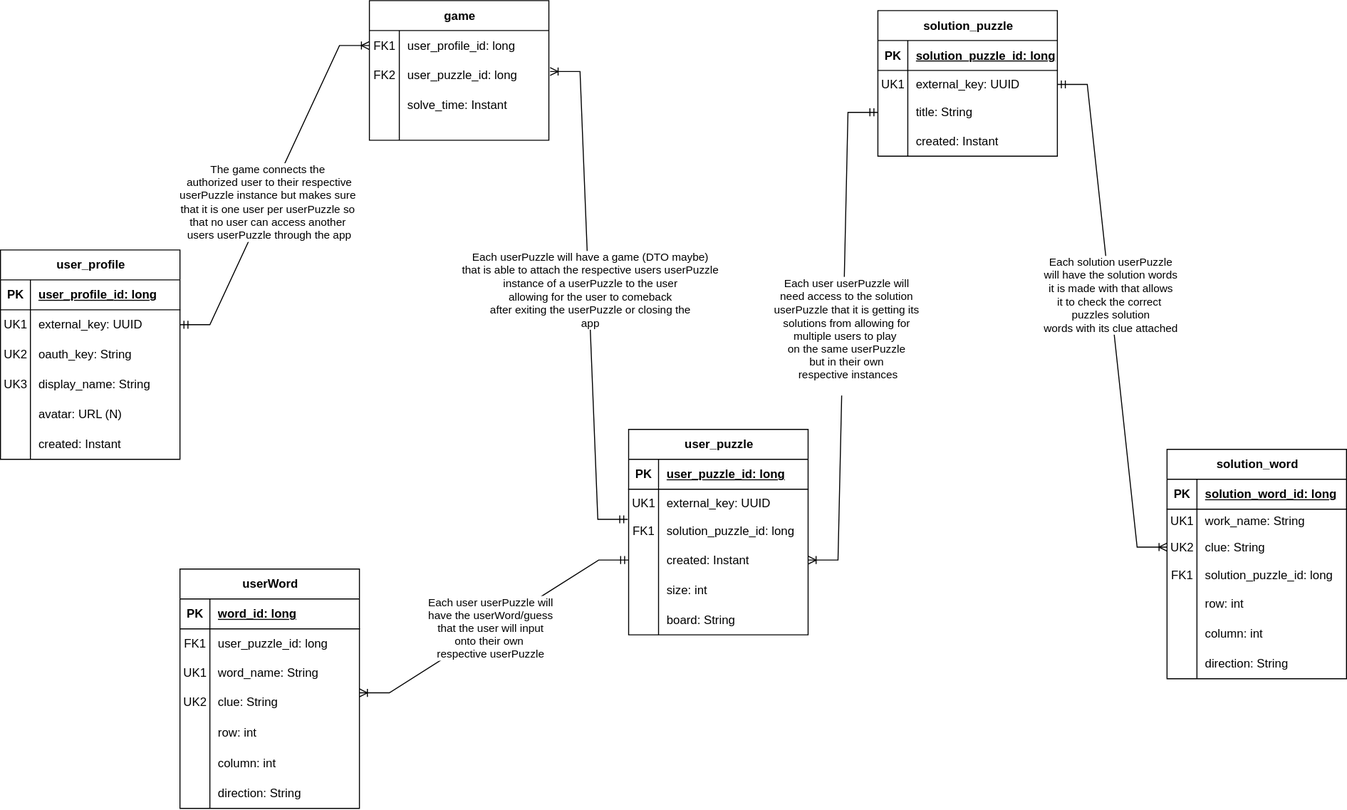
Above: docs/img/CrossFyre-ERD.drawio.svg in ddc-java-21/crossfyre (draw.io), before the change. Source tidied: cells renumbered, new cells last; positions are measured from the earlier drawing's top-left corner, leaving out a move shared by most shapes.
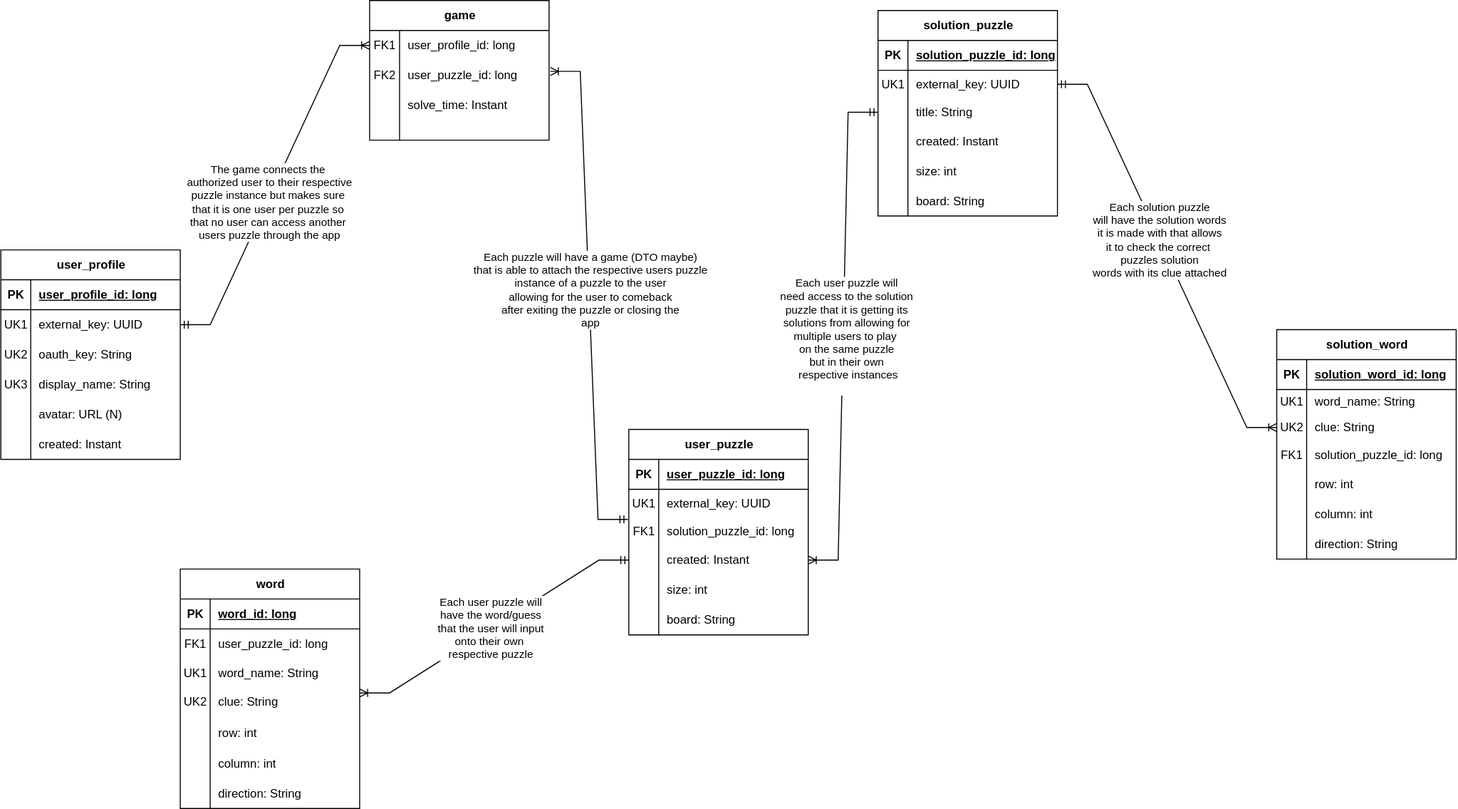
Above is the later version.

Commit message:
Updated CrossFyre ERD svg and pdf images and redeclared links

Diff of the diagram source:
```diff
@@ -155,7 +155,7 @@
     <mxCell id="52" style="shape=partialRectangle;fillColor=none;top=0;left=0;bottom=0;right=0;align=left;spacingLeft=6;overflow=hidden;whiteSpace=wrap;html=1;" parent="50" vertex="1">
       <mxGeometry x="30" width="150" height="20" as="geometry" />
     </mxCell>
-    <mxCell id="53" value="userWord" style="shape=table;startSize=30;rowLines=0;fontStyle=1;align=center;html=1;" parent="1" vertex="1">
+    <mxCell id="53" value="word" style="shape=table;startSize=30;rowLines=0;fontStyle=1;align=center;html=1;" parent="1" vertex="1">
       <mxGeometry x="180" y="570" width="180" height="240" as="geometry" />
     </mxCell>
     <mxCell id="54" style="shape=tableRow;horizontal=0;startSize=0;swimlaneHead=0;swimlaneBody=0;fillColor=none;top=0;left=0;right=0;bottom=1;" parent="53" vertex="1">
@@ -224,23 +224,23 @@
     <mxCell id="75" style="edgeStyle=entityRelationEdgeStyle;fontSize=12;html=1;endArrow=ERoneToMany;startArrow=ERmandOne;rounded=0;exitX=-0.005;exitY=0.078;exitDx=0;exitDy=0;exitPerimeter=0;entryX=1.007;entryY=0.369;entryDx=0;entryDy=0;entryPerimeter=0;" parent="1" edge="1" source="28" target="44">
       <mxGeometry relative="1" as="geometry" />
     </mxCell>
-    <mxCell id="76" value="Each userPuzzle will have a game (DTO maybe)&lt;br&gt;that is able to attach the respective users userPuzzle&lt;br&gt;&amp;nbsp;instance of a userPuzzle to the user&amp;nbsp;&lt;br&gt;allowing for the user to comeback&lt;br&gt;after exiting the userPuzzle or closing the&lt;br&gt;app" style="edgeLabel;html=1;align=center;verticalAlign=middle;" parent="75" vertex="1">
+    <mxCell id="76" value="Each puzzle will have a game (DTO maybe)&lt;br&gt;that is able to attach the respective users puzzle&lt;br&gt;&amp;nbsp;instance of a puzzle to the user&amp;nbsp;&lt;br&gt;allowing for the user to comeback&lt;br&gt;after exiting the puzzle or closing the&lt;br&gt;app" style="edgeLabel;html=1;align=center;verticalAlign=middle;" parent="75" vertex="1">
       <mxGeometry x="0.03" relative="1" as="geometry" />
     </mxCell>
     <mxCell id="77" style="edgeStyle=entityRelationEdgeStyle;fontSize=12;html=1;endArrow=ERoneToMany;startArrow=ERmandOne;rounded=0;exitX=0;exitY=0.5;exitDx=0;exitDy=0;entryX=1;entryY=0.206;entryDx=0;entryDy=0;entryPerimeter=0;" parent="1" edge="1" source="31" target="63">
       <mxGeometry relative="1" as="geometry" />
     </mxCell>
-    <mxCell id="78" value="Each user userPuzzle will&lt;div&gt;have the userWord/guess&lt;/div&gt;&lt;div&gt;that the user will input&lt;/div&gt;&lt;div&gt;onto their own&amp;nbsp;&lt;/div&gt;&lt;div&gt;respective&amp;nbsp;&lt;span style=&quot;background-color: light-dark(#ffffff, var(--ge-dark-color, #121212)); color: light-dark(rgb(0, 0, 0), rgb(255, 255, 255));&quot;&gt;userPuzzle&lt;/span&gt;&lt;/div&gt;" style="edgeLabel;html=1;align=center;verticalAlign=middle;" parent="77" vertex="1">
+    <mxCell id="78" value="Each user puzzle will&lt;div&gt;have the word/guess&lt;/div&gt;&lt;div&gt;that the user will input&lt;/div&gt;&lt;div&gt;onto their own&amp;nbsp;&lt;/div&gt;&lt;div&gt;respective&amp;nbsp;&lt;span style=&quot;background-color: light-dark(#ffffff, var(--ge-dark-color, #121212)); color: light-dark(rgb(0, 0, 0), rgb(255, 255, 255));&quot;&gt;puzzle&lt;/span&gt;&lt;/div&gt;" style="edgeLabel;html=1;align=center;verticalAlign=middle;" parent="77" vertex="1">
       <mxGeometry x="0.03" y="-2" relative="1" as="geometry" />
     </mxCell>
     <mxCell id="79" style="edgeStyle=entityRelationEdgeStyle;fontSize=12;html=1;endArrow=ERoneToMany;startArrow=ERmandOne;rounded=0;exitX=1;exitY=0.5;exitDx=0;exitDy=0;entryX=0;entryY=0.5;entryDx=0;entryDy=0;" parent="1" edge="1" source="6" target="41">
       <mxGeometry relative="1" as="geometry" />
     </mxCell>
-    <mxCell id="80" value="The game connects the&amp;nbsp;&lt;br&gt;authorized user to their respective&lt;br&gt;userPuzzle instance but makes sure&amp;nbsp;&lt;div&gt;that it is one&amp;nbsp;user per userPuzzle so&amp;nbsp;&lt;/div&gt;&lt;div&gt;that no&amp;nbsp;user can access another&amp;nbsp;&lt;/div&gt;&lt;div&gt;users userPuzzle through the app&lt;/div&gt;" style="edgeLabel;html=1;align=center;verticalAlign=middle;" parent="79" vertex="1">
+    <mxCell id="80" value="The game connects the&amp;nbsp;&lt;br&gt;authorized user to their respective&lt;br&gt;puzzle instance but makes sure&amp;nbsp;&lt;div&gt;that it is one&amp;nbsp;user per puzzle so&amp;nbsp;&lt;/div&gt;&lt;div&gt;that no&amp;nbsp;user can access another&amp;nbsp;&lt;/div&gt;&lt;div&gt;users puzzle through the app&lt;/div&gt;" style="edgeLabel;html=1;align=center;verticalAlign=middle;" parent="79" vertex="1">
       <mxGeometry x="-0.1" y="-1" relative="1" as="geometry" />
     </mxCell>
     <mxCell id="81" value="solution_puzzle" style="shape=table;startSize=30;rowLines=0;fontStyle=1;align=center;html=1;" parent="1" vertex="1">
-      <mxGeometry x="880" y="10" width="180" height="146" as="geometry" />
+      <mxGeometry x="880" y="10" width="180" height="206" as="geometry" />
     </mxCell>
     <mxCell id="82" style="shape=tableRow;horizontal=0;startSize=0;swimlaneHead=0;swimlaneBody=0;fillColor=none;top=0;left=0;right=0;bottom=1;" parent="81" vertex="1">
       <mxGeometry y="30" width="180" height="30" as="geometry" />
@@ -278,14 +278,32 @@
     <mxCell id="93" value="created: Instant" style="shape=partialRectangle;fillColor=none;top=0;left=0;bottom=0;right=0;align=left;spacingLeft=6;overflow=hidden;whiteSpace=wrap;html=1;" parent="91" vertex="1">
       <mxGeometry x="30" width="150" height="30" as="geometry" />
     </mxCell>
+    <mxCell id="120" style="shape=tableRow;horizontal=0;startSize=0;swimlaneHead=0;swimlaneBody=0;fillColor=none;top=0;left=0;right=0;bottom=0;" parent="81" vertex="1">
+      <mxGeometry y="146" width="180" height="30" as="geometry" />
+    </mxCell>
+    <mxCell id="121" style="shape=partialRectangle;fillColor=none;top=0;left=0;bottom=0;right=0;overflow=hidden;whiteSpace=wrap;html=1;" parent="120" vertex="1">
+      <mxGeometry width="30" height="30" as="geometry" />
+    </mxCell>
+    <mxCell id="122" value="size: int" style="shape=partialRectangle;fillColor=none;top=0;left=0;bottom=0;right=0;align=left;spacingLeft=6;overflow=hidden;whiteSpace=wrap;html=1;" parent="120" vertex="1">
+      <mxGeometry x="30" width="150" height="30" as="geometry" />
+    </mxCell>
+    <mxCell id="123" style="shape=tableRow;horizontal=0;startSize=0;swimlaneHead=0;swimlaneBody=0;fillColor=none;top=0;left=0;right=0;bottom=0;" parent="81" vertex="1">
+      <mxGeometry y="176" width="180" height="30" as="geometry" />
+    </mxCell>
+    <mxCell id="124" style="shape=partialRectangle;fillColor=none;top=0;left=0;bottom=0;right=0;overflow=hidden;whiteSpace=wrap;html=1;" parent="123" vertex="1">
+      <mxGeometry width="30" height="30" as="geometry" />
+    </mxCell>
+    <mxCell id="125" value="board: String" style="shape=partialRectangle;fillColor=none;top=0;left=0;bottom=0;right=0;align=left;spacingLeft=6;overflow=hidden;whiteSpace=wrap;html=1;" parent="123" vertex="1">
+      <mxGeometry x="30" width="150" height="30" as="geometry" />
+    </mxCell>
     <mxCell id="94" style="edgeStyle=entityRelationEdgeStyle;fontSize=12;html=1;endArrow=ERoneToMany;startArrow=ERmandOne;rounded=0;exitX=0;exitY=0.5;exitDx=0;exitDy=0;entryX=1;entryY=0.5;entryDx=0;entryDy=0;" parent="1" edge="1" source="88" target="31">
       <mxGeometry relative="1" as="geometry" />
     </mxCell>
-    <mxCell id="95" value="Each user userPuzzle will&lt;br&gt;need access to the solution&lt;br&gt;userPuzzle that it is getting its&lt;br&gt;solutions from allowing for&lt;br&gt;multiple users to play&amp;nbsp;&lt;br&gt;on the same userPuzzle&lt;br&gt;but in their own&lt;div&gt;&amp;nbsp;respective instances&lt;br&gt;&lt;br&gt;&lt;/div&gt;" style="edgeLabel;html=1;align=center;verticalAlign=middle;" parent="94" vertex="1">
+    <mxCell id="95" value="Each user puzzle will&lt;br&gt;need access to the solution&lt;br&gt;puzzle that it is getting its&lt;br&gt;solutions from allowing for&lt;br&gt;multiple users to play&amp;nbsp;&lt;br&gt;on the same puzzle&lt;br&gt;but in their own&lt;div&gt;&amp;nbsp;respective instances&lt;br&gt;&lt;br&gt;&lt;/div&gt;" style="edgeLabel;html=1;align=center;verticalAlign=middle;" parent="94" vertex="1">
       <mxGeometry y="2" relative="1" as="geometry" />
     </mxCell>
     <mxCell id="96" value="solution_word" style="shape=table;startSize=30;rowLines=0;fontStyle=1;align=center;html=1;" parent="1" vertex="1">
-      <mxGeometry x="1170" y="450" width="180" height="230" as="geometry" />
+      <mxGeometry x="1280" y="330" width="180" height="230" as="geometry" />
     </mxCell>
     <mxCell id="97" style="shape=tableRow;horizontal=0;startSize=0;swimlaneHead=0;swimlaneBody=0;fillColor=none;top=0;left=0;right=0;bottom=1;" parent="96" vertex="1">
       <mxGeometry y="30" width="180" height="30" as="geometry" />
@@ -302,7 +320,7 @@
     <mxCell id="101" value="UK1" style="shape=partialRectangle;fillColor=none;top=0;left=0;bottom=0;right=0;overflow=hidden;whiteSpace=wrap;html=1;" parent="100" vertex="1">
       <mxGeometry width="30" height="24" as="geometry" />
     </mxCell>
-    <mxCell id="102" value="work_name: String" style="shape=partialRectangle;fillColor=none;top=0;left=0;bottom=0;right=0;align=left;spacingLeft=6;overflow=hidden;whiteSpace=wrap;html=1;" parent="100" vertex="1">
+    <mxCell id="102" value="word_name: String" style="shape=partialRectangle;fillColor=none;top=0;left=0;bottom=0;right=0;align=left;spacingLeft=6;overflow=hidden;whiteSpace=wrap;html=1;" parent="100" vertex="1">
       <mxGeometry x="30" width="150" height="24" as="geometry" />
     </mxCell>
     <mxCell id="103" style="shape=tableRow;horizontal=0;startSize=0;swimlaneHead=0;swimlaneBody=0;fillColor=none;points=[[0,0.5],[1,0.5]];portConstraint=eastwest;top=0;left=0;right=0;bottom=0;" parent="96" vertex="1">
@@ -353,7 +371,7 @@
     <mxCell id="118" style="edgeStyle=entityRelationEdgeStyle;fontSize=12;html=1;endArrow=ERoneToMany;startArrow=ERmandOne;rounded=0;exitX=1;exitY=0.5;exitDx=0;exitDy=0;entryX=0;entryY=0.5;entryDx=0;entryDy=0;" parent="1" edge="1" source="85" target="103">
       <mxGeometry relative="1" as="geometry" />
     </mxCell>
-    <mxCell id="119" value="Each solution userPuzzle&lt;br&gt;will have the solution words&lt;br&gt;it is made with that allows&lt;br&gt;it to check the correct&amp;nbsp;&lt;div&gt;puzzles solution&lt;br&gt;words with its clue attached&lt;/div&gt;" style="edgeLabel;html=1;align=center;verticalAlign=middle;" parent="118" vertex="1">
+    <mxCell id="119" value="Each solution puzzle&lt;br&gt;will have the solution words&lt;br&gt;it is made with that allows&lt;br&gt;it to check the correct&amp;nbsp;&lt;div&gt;puzzles solution&lt;br&gt;words with its clue attached&lt;/div&gt;" style="edgeLabel;html=1;align=center;verticalAlign=middle;" parent="118" vertex="1">
       <mxGeometry x="-0.08" y="-1" relative="1" as="geometry" />
     </mxCell>
   </root>
```
